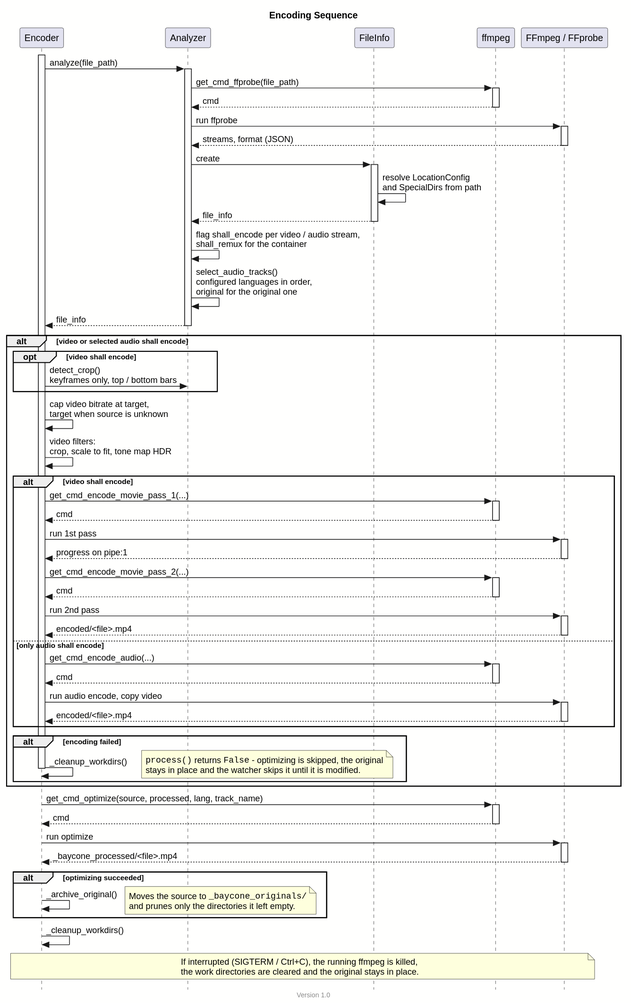
This is docs/encoding_sequence.svg from theobaldik/baycone, a PlantUML export, as it was before one commit. Its source is kept beside it as docs/encoding_sequence.puml.
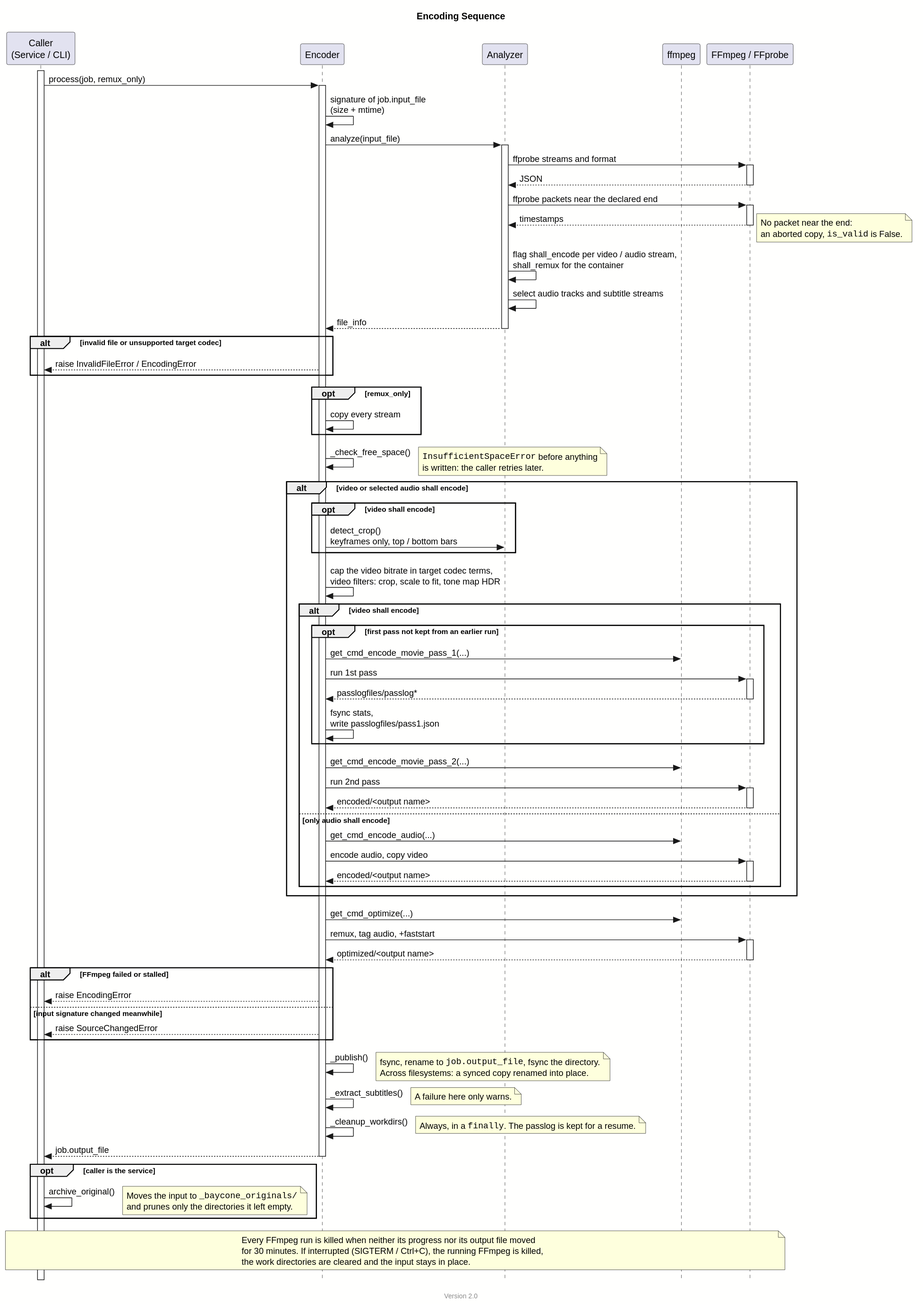
After the change.

Change to the diagram source:
```diff
@@ -1,112 +1,124 @@
 @startuml encoding_sequence
 
 title Encoding Sequence
-footer \nVersion 1.0
+footer \nVersion 2.0
 
 skinparam style strictuml
 skinparam backgroundColor #FFFFFE
 
+participant "Caller\n(Service / CLI)" as caller
 participant "Encoder" as encoder
 participant "Analyzer" as analyzer
-participant "FileInfo" as file_info
 participant "ffmpeg" as cmd
 participant "FFmpeg / FFprobe" as proc
 
+activate caller
+caller -> encoder : process(job, remux_only)
 activate encoder
 
-encoder -> analyzer : analyze(file_path)
+encoder -> encoder : signature of job.input_file\n(size + mtime)
+
+encoder -> analyzer : analyze(input_file)
 activate analyzer
-
-analyzer -> cmd : get_cmd_ffprobe(file_path)
-activate cmd
-cmd --> analyzer : cmd
-deactivate cmd
-
-analyzer -> proc : run ffprobe
+analyzer -> proc : ffprobe streams and format
 activate proc
-proc --> analyzer : streams, format (JSON)
+proc --> analyzer : JSON
 deactivate proc
-
-analyzer -> file_info : create
-activate file_info
-file_info -> file_info : resolve LocationConfig\nand SpecialDirs from path
-file_info --> analyzer : file_info
-deactivate file_info
-
+analyzer -> proc : ffprobe packets near the declared end
+activate proc
+proc --> analyzer : timestamps
+deactivate proc
+note right
+    No packet near the end:
+    an aborted copy, ""is_valid"" is False.
+end note
 analyzer -> analyzer : flag shall_encode per video / audio stream,\nshall_remux for the container
-analyzer -> analyzer : select_audio_tracks()\nconfigured languages in order,\noriginal for the original one
+analyzer -> analyzer : select audio tracks and subtitle streams
 analyzer --> encoder : file_info
 deactivate analyzer
+
+alt invalid file or unsupported target codec
+    encoder --> caller : raise InvalidFileError / EncodingError
+end
+
+opt remux_only
+    encoder -> encoder : copy every stream
+end
+
+encoder -> encoder : _check_free_space()
+note right
+    ""InsufficientSpaceError"" before anything
+    is written: the caller retries later.
+end note
 
 alt video or selected audio shall encode
     opt video shall encode
         encoder -> analyzer : detect_crop()\nkeyframes only, top / bottom bars
     end
-    encoder -> encoder : cap video bitrate at target,\ntarget when source is unknown
-    encoder -> encoder : video filters:\ncrop, scale to fit, tone map HDR
+    encoder -> encoder : cap the video bitrate in target codec terms,\nvideo filters: crop, scale to fit, tone map HDR
 
     alt video shall encode
-        encoder -> cmd : get_cmd_encode_movie_pass_1(...)
-        activate cmd
-        cmd --> encoder : cmd
-        deactivate cmd
-        encoder -> proc : run 1st pass
-        activate proc
-        proc --> encoder : progress on pipe:1
-        deactivate proc
-
+        opt first pass not kept from an earlier run
+            encoder -> cmd : get_cmd_encode_movie_pass_1(...)
+            encoder -> proc : run 1st pass
+            activate proc
+            proc --> encoder : passlogfiles/passlog*
+            deactivate proc
+            encoder -> encoder : fsync stats,\nwrite passlogfiles/pass1.json
+        end
         encoder -> cmd : get_cmd_encode_movie_pass_2(...)
-        activate cmd
-        cmd --> encoder : cmd
-        deactivate cmd
         encoder -> proc : run 2nd pass
         activate proc
-        proc --> encoder : encoded/<file>.mp4
+        proc --> encoder : encoded/<output name>
         deactivate proc
     else only audio shall encode
         encoder -> cmd : get_cmd_encode_audio(...)
-        activate cmd
-        cmd --> encoder : cmd
-        deactivate cmd
-        encoder -> proc : run audio encode, copy video
+        encoder -> proc : encode audio, copy video
         activate proc
-        proc --> encoder : encoded/<file>.mp4
+        proc --> encoder : encoded/<output name>
         deactivate proc
-    end
-
-    alt encoding failed
-        encoder -> encoder : _cleanup_workdirs()
-        note right
-            ""process()"" returns ""False"" - optimizing is skipped, the original
-            stays in place and the watcher skips it until it is modified.
-        end note
-        deactivate encoder
     end
 end
 
-encoder -> cmd : get_cmd_optimize(source, processed, lang, track_name)
-activate cmd
-cmd --> encoder : cmd
-deactivate cmd
-
-encoder -> proc : run optimize
+encoder -> cmd : get_cmd_optimize(...)
+encoder -> proc : remux, tag audio, +faststart
 activate proc
-proc --> encoder : _baycone_processed/<file>.mp4
+proc --> encoder : optimized/<output name>
 deactivate proc
 
-alt optimizing succeeded
-    encoder -> encoder : _archive_original()
+alt FFmpeg failed or stalled
+    encoder --> caller : raise EncodingError
+else input signature changed meanwhile
+    encoder --> caller : raise SourceChangedError
+end
+
+encoder -> encoder : _publish()
+note right
+    fsync, rename to ""job.output_file"", fsync the directory.
+    Across filesystems: a synced copy renamed into place.
+end note
+
+encoder -> encoder : _extract_subtitles()
+note right: A failure here only warns.
+
+encoder -> encoder : _cleanup_workdirs()
+note right: Always, in a ""finally"". The passlog is kept for a resume.
+
+encoder --> caller : job.output_file
+deactivate encoder
+
+opt caller is the service
+    caller -> caller : archive_original()
     note right
-        Moves the source to ""_baycone_originals/""
+        Moves the input to ""_baycone_originals/""
         and prunes only the directories it left empty.
     end note
 end
 
-encoder -> encoder : _cleanup_workdirs()
-
-note over encoder, proc
-    If interrupted (SIGTERM / Ctrl+C), the running ffmpeg is killed,
-    the work directories are cleared and the original stays in place.
+note over caller, proc
+    Every FFmpeg run is killed when neither its progress nor its output file moved
+    for 30 minutes. If interrupted (SIGTERM / Ctrl+C), the running FFmpeg is killed,
+    the work directories are cleared and the input stays in place.
 end note
 
 @enduml
```
